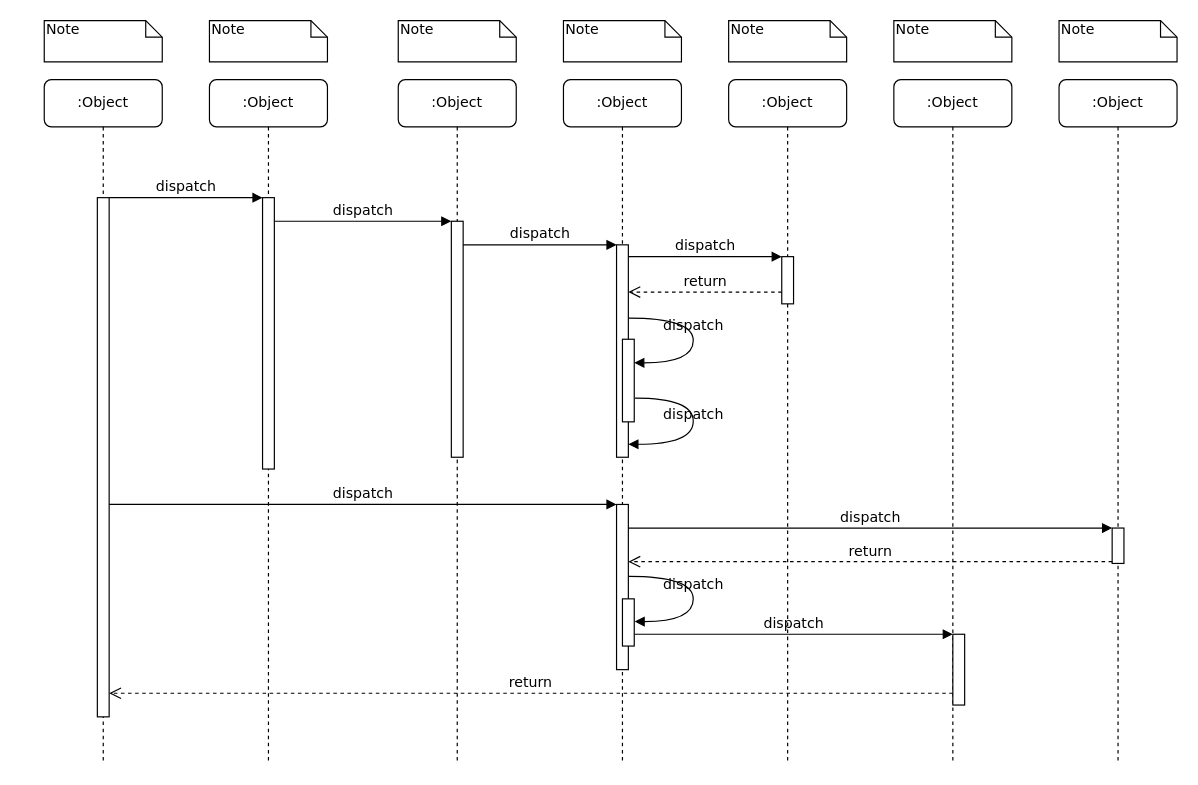
vlastroG/OOP_gb keeps this draw.io diagram as InteractionDiagram.drawio. Above is the earlier version. Source tidied: cells renumbered, new cells numbered last; positions are measured from the earlier drawing's top-left corner, leaving out a move shared by most shapes. Both pictures are drawn from the tidied source at 118%, with x=0, y=0 at pixel (44, 20).
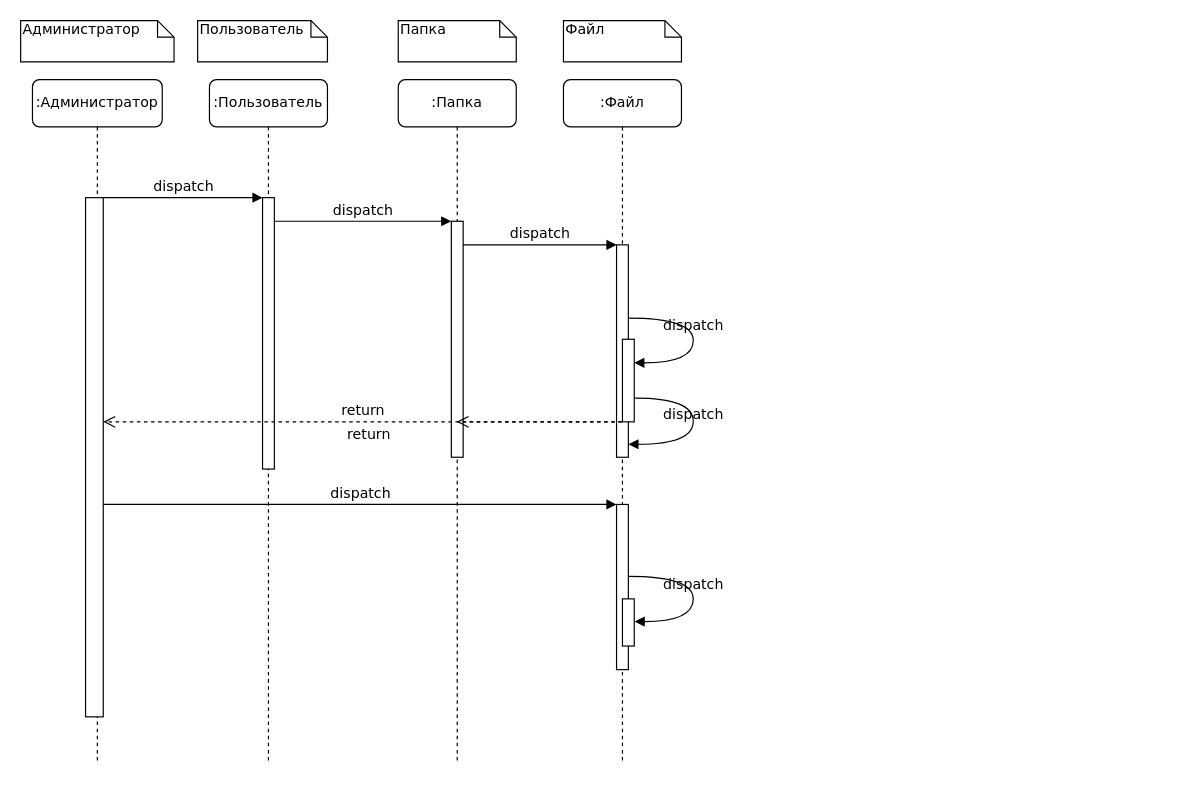
After the change.

The change refers to these unchanged cells:
```xml
<mxCell id="12" style="html=1;points=[];perimeter=orthogonalPerimeter;rounded=0;shadow=0;comic=0;labelBackgroundColor=none;strokeWidth=1;fontFamily=Verdana;fontSize=12;align=center;" parent="1" vertex="1">
  <mxGeometry x="485" y="190" width="10" height="180" as="geometry" />
</mxCell>
<mxCell id="17" style="html=1;points=[];perimeter=orthogonalPerimeter;rounded=0;shadow=0;comic=0;labelBackgroundColor=none;strokeWidth=1;fontFamily=Verdana;fontSize=12;align=center;" parent="1" vertex="1">
  <mxGeometry x="485" y="410" width="10" height="140" as="geometry" />
</mxCell>
<mxCell id="30" style="html=1;points=[];perimeter=orthogonalPerimeter;rounded=0;shadow=0;comic=0;labelBackgroundColor=none;strokeWidth=1;fontFamily=Verdana;fontSize=12;align=center;" parent="1" vertex="1">
  <mxGeometry x="490" y="490" width="10" height="40" as="geometry" />
</mxCell>
```

The edit, as a diff of the source:
```diff
@@
-    <mxCell id="2" value=":Object" style="shape=umlLifeline;perimeter=lifelinePerimeter;whiteSpace=wrap;html=1;rounded=1;shadow=0;comic=0;labelBackgroundColor=none;strokeWidth=1;fontFamily=Verdana;fontSize=12;align=center;" parent="1" vertex="1">
+    <mxCell id="2" value=":Пользователь" style="shape=umlLifeline;perimeter=lifelinePerimeter;whiteSpace=wrap;html=1;rounded=1;shadow=0;comic=0;labelBackgroundColor=none;strokeWidth=1;fontFamily=Verdana;fontSize=12;align=center;" parent="1" vertex="1">
       <mxGeometry x="140" y="50" width="100" height="580" as="geometry" />
     </mxCell>
@@
-    <mxCell id="4" value=":Object" style="shape=umlLifeline;perimeter=lifelinePerimeter;whiteSpace=wrap;html=1;outlineConnect=0;rounded=1;shadow=0;comic=0;labelBackgroundColor=none;strokeWidth=1;fontFamily=Verdana;fontSize=12;align=center;" parent="1" vertex="1">
+    <mxCell id="4" value=":Папка" style="shape=umlLifeline;perimeter=lifelinePerimeter;whiteSpace=wrap;html=1;outlineConnect=0;rounded=1;shadow=0;comic=0;labelBackgroundColor=none;strokeWidth=1;fontFamily=Verdana;fontSize=12;align=center;" parent="1" vertex="1">
       <mxGeometry x="300" y="50" width="100" height="580" as="geometry" />
     </mxCell>
@@
-    <mxCell id="6" value=":Object" style="shape=umlLifeline;perimeter=lifelinePerimeter;whiteSpace=wrap;html=1;outlineConnect=0;rounded=1;shadow=0;comic=0;labelBackgroundColor=none;strokeWidth=1;fontFamily=Verdana;fontSize=12;align=center;" parent="1" vertex="1">
+    <mxCell id="6" value=":Файл" style="shape=umlLifeline;perimeter=lifelinePerimeter;whiteSpace=wrap;html=1;outlineConnect=0;rounded=1;shadow=0;comic=0;labelBackgroundColor=none;strokeWidth=1;fontFamily=Verdana;fontSize=12;align=center;" parent="1" vertex="1">
       <mxGeometry x="440" y="50" width="100" height="580" as="geometry" />
     </mxCell>
-    <mxCell id="7" value=":Object" style="shape=umlLifeline;perimeter=lifelinePerimeter;whiteSpace=wrap;html=1;rounded=1;shadow=0;comic=0;labelBackgroundColor=none;strokeWidth=1;fontFamily=Verdana;fontSize=12;align=center;" parent="1" vertex="1">
-      <mxGeometry x="580" y="50" width="100" height="580" as="geometry" />
-    </mxCell>
-    <mxCell id="8" value=":Object" style="shape=umlLifeline;perimeter=lifelinePerimeter;whiteSpace=wrap;html=1;rounded=1;shadow=0;comic=0;labelBackgroundColor=none;strokeWidth=1;fontFamily=Verdana;fontSize=12;align=center;" parent="1" vertex="1">
-      <mxGeometry x="720" y="50" width="100" height="580" as="geometry" />
-    </mxCell>
-    <mxCell id="9" value=":Object" style="shape=umlLifeline;perimeter=lifelinePerimeter;whiteSpace=wrap;html=1;rounded=1;shadow=0;comic=0;labelBackgroundColor=none;strokeWidth=1;fontFamily=Verdana;fontSize=12;align=center;" parent="1" vertex="1">
-      <mxGeometry x="860" y="50" width="100" height="580" as="geometry" />
-    </mxCell>
-    <mxCell id="10" value=":Object" style="shape=umlLifeline;perimeter=lifelinePerimeter;whiteSpace=wrap;html=1;rounded=1;shadow=0;comic=0;labelBackgroundColor=none;strokeWidth=1;fontFamily=Verdana;fontSize=12;align=center;" parent="1" vertex="1">
-      <mxGeometry y="50" width="100" height="580" as="geometry" />
+    <mxCell id="10" value=":Администратор" style="shape=umlLifeline;perimeter=lifelinePerimeter;whiteSpace=wrap;html=1;rounded=1;shadow=0;comic=0;labelBackgroundColor=none;strokeWidth=1;fontFamily=Verdana;fontSize=12;align=center;" parent="1" vertex="1">
+      <mxGeometry x="-10" y="50" width="110" height="580" as="geometry" />
     </mxCell>
     <mxCell id="11" style="html=1;points=[];perimeter=orthogonalPerimeter;rounded=0;shadow=0;comic=0;labelBackgroundColor=none;strokeWidth=1;fontFamily=Verdana;fontSize=12;align=center;" parent="10" vertex="1">
-      <mxGeometry x="45" y="100" width="10" height="440" as="geometry" />
+      <mxGeometry x="45" y="100" width="15" height="440" as="geometry" />
     </mxCell>
@@
-    <mxCell id="14" style="html=1;points=[];perimeter=orthogonalPerimeter;rounded=0;shadow=0;comic=0;labelBackgroundColor=none;strokeWidth=1;fontFamily=Verdana;fontSize=12;align=center;" parent="1" vertex="1">
-      <mxGeometry x="625" y="200" width="10" height="40" as="geometry" />
-    </mxCell>
-    <mxCell id="15" value="dispatch" style="html=1;verticalAlign=bottom;endArrow=block;entryX=0;entryY=0;labelBackgroundColor=none;fontFamily=Verdana;fontSize=12;edgeStyle=elbowEdgeStyle;elbow=vertical;" parent="1" edge="1" source="12" target="14">
-      <mxGeometry relative="1" as="geometry" />
-    </mxCell>
-    <mxCell id="16" value="return" style="html=1;verticalAlign=bottom;endArrow=open;dashed=1;endSize=8;labelBackgroundColor=none;fontFamily=Verdana;fontSize=12;edgeStyle=elbowEdgeStyle;elbow=vertical;" parent="1" edge="1" source="14" target="12">
-      <mxGeometry relative="1" as="geometry">
+    <mxCell id="16" value="return" style="html=1;verticalAlign=bottom;endArrow=open;dashed=1;endSize=8;labelBackgroundColor=none;fontFamily=Verdana;fontSize=12;edgeStyle=elbowEdgeStyle;elbow=vertical;" parent="1" edge="1" source="6" target="4">
+      <mxGeometry x="1" y="78" relative="1" as="geometry">
         <Array as="points">
-          <mxPoint x="570" y="230" />
+          <mxPoint x="440" y="240" />
           <mxPoint x="600" y="230" />
         </Array>
+        <mxPoint x="-75" y="-58" as="offset" />
       </mxGeometry>
     </mxCell>
@@
-    <mxCell id="19" style="html=1;points=[];perimeter=orthogonalPerimeter;rounded=0;shadow=0;comic=0;labelBackgroundColor=none;strokeColor=#000000;strokeWidth=1;fillColor=#FFFFFF;fontFamily=Verdana;fontSize=12;fontColor=#000000;align=center;" parent="1" vertex="1">
-      <mxGeometry x="905" y="430" width="10" height="30" as="geometry" />
-    </mxCell>
-    <mxCell id="20" value="dispatch" style="html=1;verticalAlign=bottom;endArrow=block;entryX=0;entryY=0;labelBackgroundColor=none;fontFamily=Verdana;fontSize=12;" parent="1" edge="1" source="17" target="19">
-      <mxGeometry relative="1" as="geometry" />
-    </mxCell>
-    <mxCell id="21" value="return" style="html=1;verticalAlign=bottom;endArrow=open;dashed=1;endSize=8;exitX=0;exitY=0.95;labelBackgroundColor=none;fontFamily=Verdana;fontSize=12;" parent="1" edge="1" source="19" target="17">
-      <mxGeometry relative="1" as="geometry" />
-    </mxCell>
-    <mxCell id="22" style="html=1;points=[];perimeter=orthogonalPerimeter;rounded=0;shadow=0;comic=0;labelBackgroundColor=none;strokeWidth=1;fontFamily=Verdana;fontSize=12;align=center;" parent="1" vertex="1">
-      <mxGeometry x="770" y="520" width="10" height="60" as="geometry" />
-    </mxCell>
-    <mxCell id="23" value="dispatch" style="html=1;verticalAlign=bottom;endArrow=block;entryX=0;entryY=0;labelBackgroundColor=none;fontFamily=Verdana;fontSize=12;edgeStyle=elbowEdgeStyle;elbow=vertical;" parent="1" edge="1" source="30" target="22">
-      <mxGeometry relative="1" as="geometry" />
-    </mxCell>
-    <mxCell id="24" value="return" style="html=1;verticalAlign=bottom;endArrow=open;dashed=1;endSize=8;labelBackgroundColor=none;fontFamily=Verdana;fontSize=12;edgeStyle=elbowEdgeStyle;elbow=vertical;" parent="1" edge="1" source="22" target="11">
+    <mxCell id="24" value="return" style="html=1;verticalAlign=bottom;endArrow=open;dashed=1;endSize=8;labelBackgroundColor=none;fontFamily=Verdana;fontSize=12;edgeStyle=elbowEdgeStyle;elbow=vertical;" parent="1" edge="1" source="6" target="11">
       <mxGeometry relative="1" as="geometry">
         <Array as="points">
           <mxPoint x="470" y="570" />
         </Array>
       </mxGeometry>
     </mxCell>
@@
-    <mxCell id="32" value="Note" style="shape=note;whiteSpace=wrap;html=1;size=14;verticalAlign=top;align=left;spacingTop=-6;rounded=0;shadow=0;comic=0;labelBackgroundColor=none;strokeWidth=1;fontFamily=Verdana;fontSize=12;" parent="1" vertex="1">
-      <mxGeometry width="100" height="35" as="geometry" />
+    <mxCell id="32" value="Администратор" style="shape=note;whiteSpace=wrap;html=1;size=14;verticalAlign=top;align=left;spacingTop=-6;rounded=0;shadow=0;comic=0;labelBackgroundColor=none;strokeWidth=1;fontFamily=Verdana;fontSize=12;" parent="1" vertex="1">
+      <mxGeometry x="-20" width="130" height="35" as="geometry" />
     </mxCell>
-    <mxCell id="33" value="Note" style="shape=note;whiteSpace=wrap;html=1;size=14;verticalAlign=top;align=left;spacingTop=-6;rounded=0;shadow=0;comic=0;labelBackgroundColor=none;strokeWidth=1;fontFamily=Verdana;fontSize=12;" parent="1" vertex="1">
-      <mxGeometry x="140" width="100" height="35" as="geometry" />
+    <mxCell id="33" value="Пользователь" style="shape=note;whiteSpace=wrap;html=1;size=14;verticalAlign=top;align=left;spacingTop=-6;rounded=0;shadow=0;comic=0;labelBackgroundColor=none;strokeWidth=1;fontFamily=Verdana;fontSize=12;" parent="1" vertex="1">
+      <mxGeometry x="130" width="110" height="35" as="geometry" />
     </mxCell>
-    <mxCell id="34" value="Note" style="shape=note;whiteSpace=wrap;html=1;size=14;verticalAlign=top;align=left;spacingTop=-6;rounded=0;shadow=0;comic=0;labelBackgroundColor=none;strokeWidth=1;fontFamily=Verdana;fontSize=12;" parent="1" vertex="1">
+    <mxCell id="34" value="Папка&lt;br&gt;" style="shape=note;whiteSpace=wrap;html=1;size=14;verticalAlign=top;align=left;spacingTop=-6;rounded=0;shadow=0;comic=0;labelBackgroundColor=none;strokeWidth=1;fontFamily=Verdana;fontSize=12;" parent="1" vertex="1">
       <mxGeometry x="300" width="100" height="35" as="geometry" />
     </mxCell>
-    <mxCell id="35" value="Note" style="shape=note;whiteSpace=wrap;html=1;size=14;verticalAlign=top;align=left;spacingTop=-6;rounded=0;shadow=0;comic=0;labelBackgroundColor=none;strokeWidth=1;fontFamily=Verdana;fontSize=12;" parent="1" vertex="1">
+    <mxCell id="35" value="Файл&lt;br&gt;" style="shape=note;whiteSpace=wrap;html=1;size=14;verticalAlign=top;align=left;spacingTop=-6;rounded=0;shadow=0;comic=0;labelBackgroundColor=none;strokeWidth=1;fontFamily=Verdana;fontSize=12;" parent="1" vertex="1">
       <mxGeometry x="440" width="100" height="35" as="geometry" />
     </mxCell>
-    <mxCell id="36" value="Note" style="shape=note;whiteSpace=wrap;html=1;size=14;verticalAlign=top;align=left;spacingTop=-6;rounded=0;shadow=0;comic=0;labelBackgroundColor=none;strokeWidth=1;fontFamily=Verdana;fontSize=12;" parent="1" vertex="1">
-      <mxGeometry x="580" width="100" height="35" as="geometry" />
-    </mxCell>
-    <mxCell id="37" value="Note" style="shape=note;whiteSpace=wrap;html=1;size=14;verticalAlign=top;align=left;spacingTop=-6;rounded=0;shadow=0;comic=0;labelBackgroundColor=none;strokeWidth=1;fontFamily=Verdana;fontSize=12;" parent="1" vertex="1">
-      <mxGeometry x="720" width="100" height="35" as="geometry" />
-    </mxCell>
-    <mxCell id="38" value="Note" style="shape=note;whiteSpace=wrap;html=1;size=14;verticalAlign=top;align=left;spacingTop=-6;rounded=0;shadow=0;comic=0;labelBackgroundColor=none;strokeWidth=1;fontFamily=Verdana;fontSize=12;" parent="1" vertex="1">
-      <mxGeometry x="860" width="100" height="35" as="geometry" />
-    </mxCell>
```
